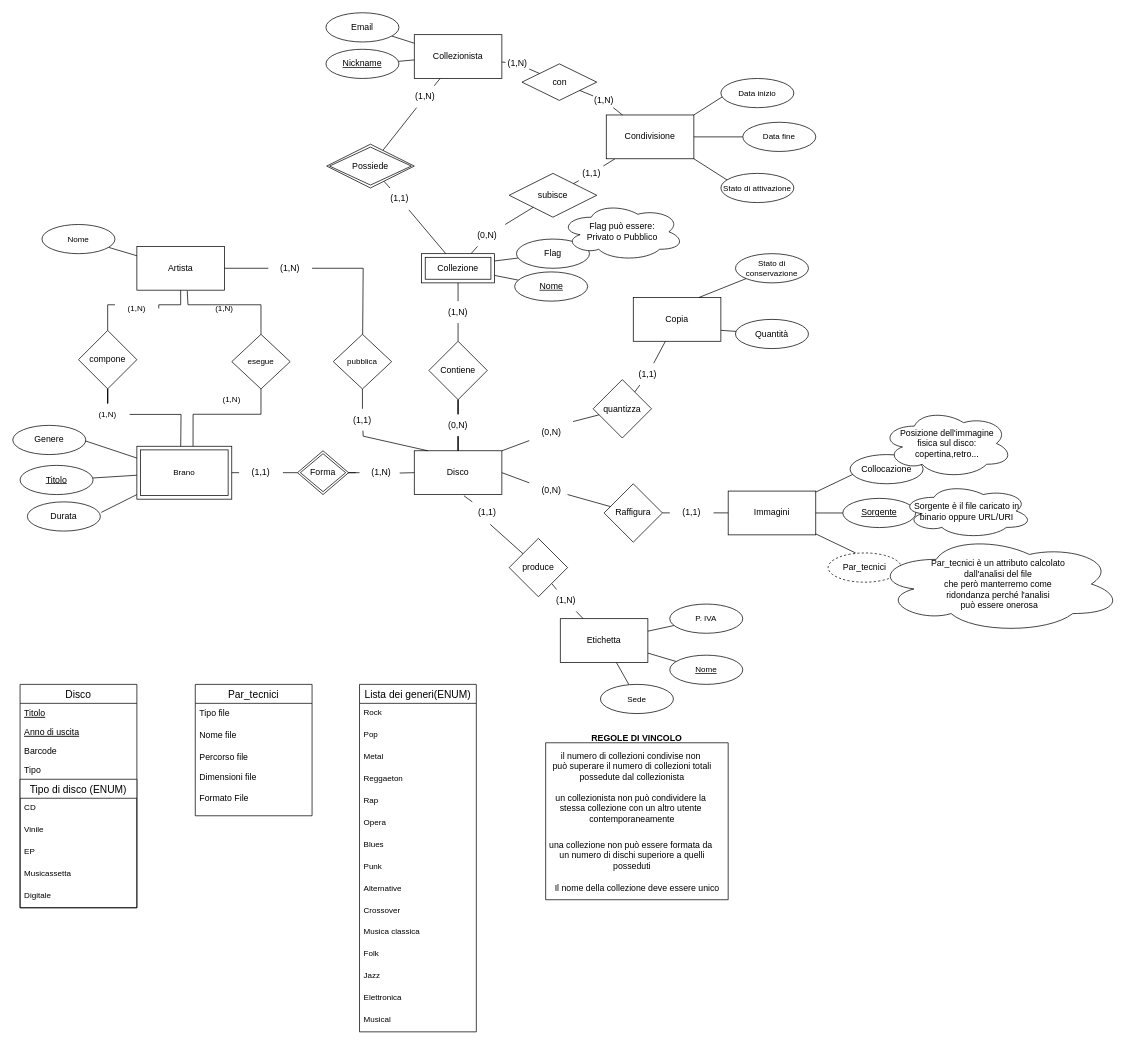
The draw.io diagram Collectors_ER.drawio in jessvzz/progetto_collezionisti, before the edit. Source tidied: cells renumbered, new cells numbered last; positions are measured from the earlier drawing's top-left corner, leaving out a move shared by most shapes. Both pictures are drawn from the tidied source at 73%, with x=0, y=0 at pixel (12, 12).
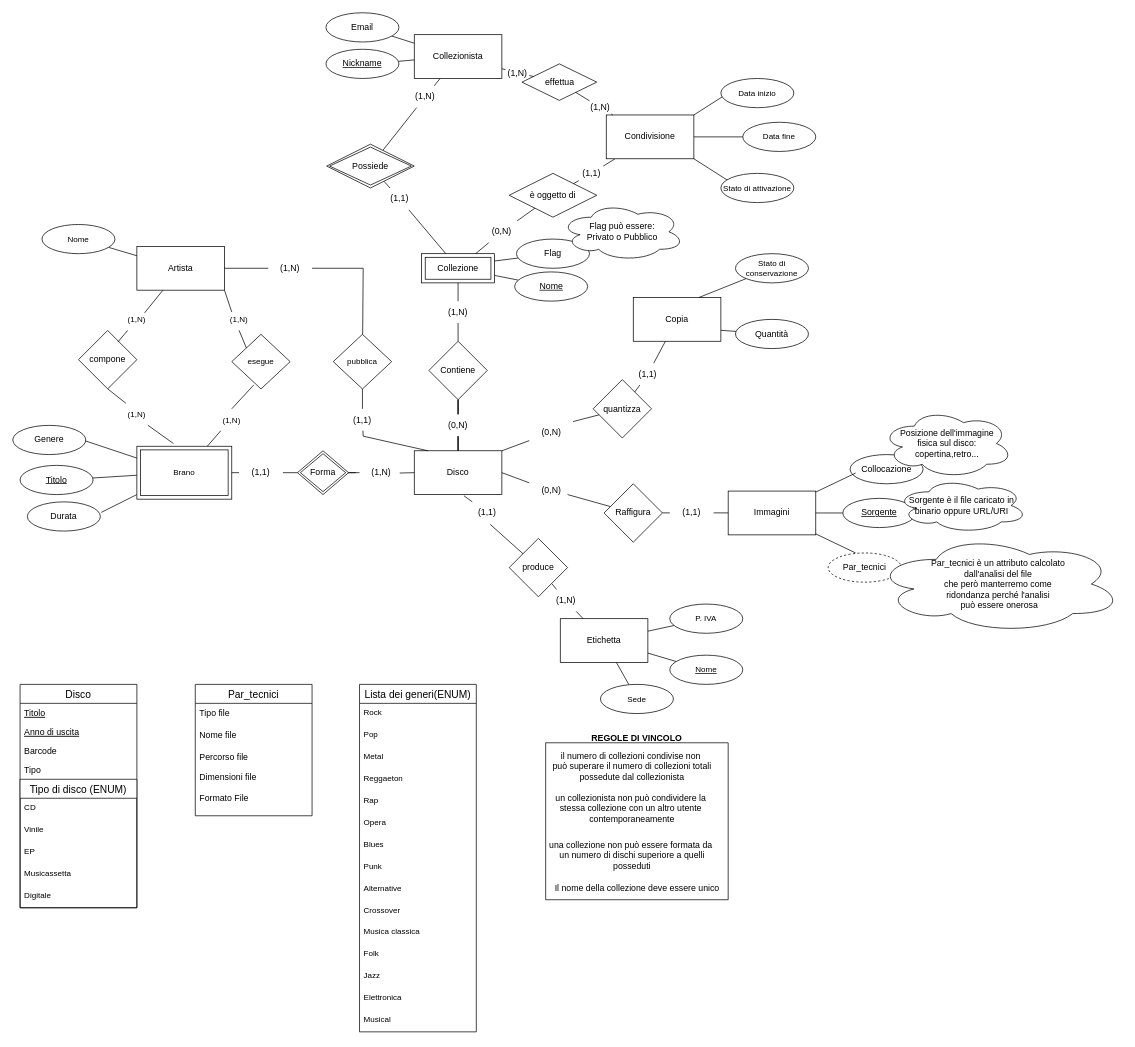
The same page after the edit.

Commit message:
abbellimento autistico

Unchanged cells that the change refers to:
```xml
<mxCell id="81" value="Artista" style="rounded=0;whiteSpace=wrap;html=1;" parent="1" vertex="1">
  <mxGeometry x="170" y="320" width="120" height="60" as="geometry" />
</mxCell>
<mxCell id="86" value="compone" style="rhombus;whiteSpace=wrap;html=1;rounded=0;" parent="1" vertex="1">
  <mxGeometry x="90" y="435.2" width="80" height="80" as="geometry" />
</mxCell>
<mxCell id="136" value="Brano" style="shape=ext;margin=3;double=1;whiteSpace=wrap;html=1;align=center;fontFamily=Helvetica;fontSize=11;fontColor=default;" parent="1" vertex="1">
  <mxGeometry x="170" y="593.8" width="130" height="72.5" as="geometry" />
</mxCell>
<mxCell id="142" value="esegue" style="rhombus;whiteSpace=wrap;html=1;fontSize=11;" parent="1" vertex="1">
  <mxGeometry x="300" y="440.5" width="80" height="74.8" as="geometry" />
</mxCell>
```

Diff of the diagram source:
```diff
@@
+    <mxCell id="31" value="Collocazione" style="ellipse;whiteSpace=wrap;html=1;align=center;" parent="1" vertex="1">
+      <mxGeometry x="1147" y="605.2" width="100" height="40" as="geometry" />
+    </mxCell>
+    <mxCell id="35" value="Sorgente" style="ellipse;whiteSpace=wrap;html=1;align=center;fontStyle=4;" parent="1" vertex="1">
+      <mxGeometry x="1137" y="665.2" width="100" height="40" as="geometry" />
+    </mxCell>
@@
-    <mxCell id="31" value="Collocazione" style="ellipse;whiteSpace=wrap;html=1;align=center;" parent="1" vertex="1">
-      <mxGeometry x="1147" y="605.2" width="100" height="40" as="geometry" />
-    </mxCell>
@@
-    <mxCell id="35" value="Sorgente" style="ellipse;whiteSpace=wrap;html=1;align=center;fontStyle=4;" parent="1" vertex="1">
-      <mxGeometry x="1137" y="665.2" width="100" height="40" as="geometry" />
-    </mxCell>
@@
-    <mxCell id="49" value="subisce" style="shape=rhombus;perimeter=rhombusPerimeter;whiteSpace=wrap;html=1;align=center;" parent="1" vertex="1">
+    <mxCell id="49" value="è oggetto di" style="shape=rhombus;perimeter=rhombusPerimeter;whiteSpace=wrap;html=1;align=center;" parent="1" vertex="1">
       <mxGeometry x="680" y="220" width="120" height="60" as="geometry" />
     </mxCell>
@@
-    <mxCell id="58" value="Sorgente è il file caricato in binario oppure URL/URI" style="ellipse;shape=cloud;whiteSpace=wrap;html=1;align=center;" parent="1" vertex="1">
-      <mxGeometry x="1217" y="645" width="180" height="75" as="geometry" />
-    </mxCell>
-    <mxCell id="59" value="Posizione dell'immagine&lt;br&gt;fisica sul disco:&lt;br&gt;copertina,retro..." style="ellipse;shape=cloud;whiteSpace=wrap;html=1;align=center;" parent="1" vertex="1">
-      <mxGeometry x="1190" y="542.5" width="180" height="95" as="geometry" />
-    </mxCell>
@@
     <mxCell id="66" value="(0,N)" style="text;html=1;strokeColor=none;fillColor=none;align=center;verticalAlign=middle;whiteSpace=wrap;rounded=0;" parent="1" vertex="1">
-      <mxGeometry x="620" y="290" width="60" height="30" as="geometry" />
+      <mxGeometry x="640" y="285" width="60" height="30" as="geometry" />
     </mxCell>
@@
-    <mxCell id="80" style="edgeStyle=orthogonalEdgeStyle;rounded=0;jettySize=auto;html=1;endArrow=none;sketch=0;shadow=0;endFill=0;startArrow=none;" parent="1" edge="1" source="88" target="86">
-      <mxGeometry relative="1" as="geometry">
-        <Array as="points">
-          <mxPoint x="130" y="400" />
-        </Array>
-      </mxGeometry>
-    </mxCell>
@@
-    <mxCell id="85" style="edgeStyle=orthogonalEdgeStyle;rounded=0;jettySize=auto;html=1;endArrow=none;sketch=0;shadow=0;endFill=0;startArrow=none;" parent="1" edge="1" source="90">
-      <mxGeometry relative="1" as="geometry">
-        <mxPoint x="230" y="600" as="targetPoint" />
-      </mxGeometry>
-    </mxCell>
@@
-    <mxCell id="87" style="edgeStyle=orthogonalEdgeStyle;rounded=0;jettySize=auto;html=1;endArrow=none;sketch=0;shadow=0;endFill=0;exitX=0.5;exitY=1;exitDx=0;exitDy=0;entryX=1;entryY=0.5;entryDx=0;entryDy=0;" parent="1" edge="1" source="81" target="88">
-      <mxGeometry relative="1" as="geometry">
-        <Array as="points">
-          <mxPoint x="230" y="400" />
-          <mxPoint x="200" y="400" />
-        </Array>
-      </mxGeometry>
-    </mxCell>
-    <mxCell id="88" value="(1,N)" style="text;html=1;strokeColor=none;fillColor=none;align=center;verticalAlign=middle;whiteSpace=wrap;rounded=0;fontSize=11;fontFamily=Helvetica;fontColor=default;" parent="1" vertex="1">
-      <mxGeometry x="140" y="390" width="60" height="30" as="geometry" />
-    </mxCell>
-    <mxCell id="89" style="edgeStyle=orthogonalEdgeStyle;rounded=0;jettySize=auto;html=1;endArrow=none;sketch=0;shadow=0;endFill=0;" parent="1" edge="1" source="86" target="90">
-      <mxGeometry relative="1" as="geometry" />
-    </mxCell>
-    <mxCell id="90" value="(1,N)" style="text;html=1;strokeColor=none;fillColor=none;align=center;verticalAlign=middle;whiteSpace=wrap;rounded=0;fontSize=11;fontFamily=Helvetica;fontColor=default;" parent="1" vertex="1">
-      <mxGeometry x="100" y="535.2" width="60" height="30" as="geometry" />
-    </mxCell>
@@
-    <mxCell id="138" style="edgeStyle=none;shape=connector;rounded=0;sketch=0;jettySize=auto;html=1;entryX=0.575;entryY=1.013;entryDx=0;entryDy=0;entryPerimeter=0;shadow=0;labelBackgroundColor=default;strokeColor=default;fontFamily=Helvetica;fontSize=11;fontColor=default;endArrow=none;endFill=0;elbow=vertical;" parent="1" edge="1" target="81">
-      <mxGeometry relative="1" as="geometry">
-        <mxPoint x="340" y="400" as="sourcePoint" />
-        <Array as="points">
-          <mxPoint x="310" y="400" />
-          <mxPoint x="290" y="400" />
-          <mxPoint x="240" y="400" />
-        </Array>
-      </mxGeometry>
-    </mxCell>
-    <mxCell id="139" style="edgeStyle=none;shape=connector;rounded=0;sketch=0;jettySize=auto;html=1;shadow=0;labelBackgroundColor=default;strokeColor=default;fontFamily=Helvetica;fontSize=11;fontColor=default;endArrow=none;endFill=0;elbow=vertical;" parent="1" edge="1" source="142">
-      <mxGeometry relative="1" as="geometry">
-        <mxPoint x="340" y="400" as="targetPoint" />
-      </mxGeometry>
-    </mxCell>
-    <mxCell id="140" style="edgeStyle=none;shape=connector;rounded=0;sketch=0;jettySize=auto;html=1;entryX=0.592;entryY=-0.002;entryDx=0;entryDy=0;entryPerimeter=0;shadow=0;labelBackgroundColor=default;strokeColor=default;fontFamily=Helvetica;fontSize=11;fontColor=default;endArrow=none;endFill=0;elbow=vertical;" parent="1" edge="1" target="136">
-      <mxGeometry relative="1" as="geometry">
-        <mxPoint x="340" y="550" as="sourcePoint" />
-        <Array as="points">
-          <mxPoint x="247" y="550" />
-        </Array>
-      </mxGeometry>
-    </mxCell>
-    <mxCell id="141" style="edgeStyle=none;shape=connector;rounded=0;sketch=0;jettySize=auto;html=1;shadow=0;labelBackgroundColor=default;strokeColor=default;fontFamily=Helvetica;fontSize=11;fontColor=default;endArrow=none;endFill=0;elbow=vertical;" parent="1" edge="1" source="142">
-      <mxGeometry relative="1" as="geometry">
-        <mxPoint x="340" y="550" as="targetPoint" />
-      </mxGeometry>
-    </mxCell>
@@
-    <mxCell id="143" value="(1,N)" style="text;html=1;strokeColor=none;fillColor=none;align=center;verticalAlign=middle;whiteSpace=wrap;rounded=0;fontSize=11;fontFamily=Helvetica;fontColor=default;" parent="1" vertex="1">
-      <mxGeometry x="260" y="390" width="60" height="30" as="geometry" />
-    </mxCell>
     <mxCell id="144" value="(1,N)" style="text;html=1;strokeColor=none;fillColor=none;align=center;verticalAlign=middle;whiteSpace=wrap;rounded=0;fontSize=11;fontFamily=Helvetica;fontColor=default;" parent="1" vertex="1">
-      <mxGeometry x="270" y="515.2" width="60" height="30" as="geometry" />
+      <mxGeometry x="270" y="542.5" width="60" height="30" as="geometry" />
     </mxCell>
@@
-    <mxCell id="153" value="con" style="rhombus;whiteSpace=wrap;html=1;" parent="1" vertex="1">
+    <mxCell id="153" value="effettua" style="rhombus;whiteSpace=wrap;html=1;" parent="1" vertex="1">
       <mxGeometry x="697.5" y="70" width="102.5" height="50" as="geometry" />
     </mxCell>
@@
     <mxCell id="164" value="(1,N)" style="text;html=1;strokeColor=none;fillColor=none;align=center;verticalAlign=middle;whiteSpace=wrap;rounded=0;" parent="1" vertex="1">
-      <mxGeometry x="795" y="110" width="30" height="20" as="geometry" />
+      <mxGeometry x="790" y="120" width="30" height="20" as="geometry" />
     </mxCell>
@@
     <mxCell id="166" value="(1,N)" style="text;html=1;strokeColor=none;fillColor=none;align=center;verticalAlign=middle;whiteSpace=wrap;rounded=0;" parent="1" vertex="1">
-      <mxGeometry x="675" y="62.5" width="32.5" height="15" as="geometry" />
+      <mxGeometry x="675" y="75" width="32.5" height="15" as="geometry" />
     </mxCell>
+    <mxCell id="58" value="Sorgente è il file caricato in binario oppure URL/URI" style="ellipse;shape=cloud;whiteSpace=wrap;html=1;align=center;" parent="1" vertex="1">
+      <mxGeometry x="1210" y="637.5" width="180" height="75" as="geometry" />
+    </mxCell>
+    <mxCell id="59" value="Posizione dell'immagine&lt;br&gt;fisica sul disco:&lt;br&gt;copertina,retro..." style="ellipse;shape=cloud;whiteSpace=wrap;html=1;align=center;" parent="1" vertex="1">
+      <mxGeometry x="1190" y="542.5" width="180" height="95" as="geometry" />
+    </mxCell>
+    <mxCell id="80" style="rounded=0;sketch=0;jettySize=auto;html=1;shadow=0;strokeColor=default;endArrow=none;endFill=0;elbow=vertical;startArrow=none;entryX=0.675;entryY=0.197;entryDx=0;entryDy=0;entryPerimeter=0;" parent="1" edge="1" source="88" target="86">
+      <mxGeometry relative="1" as="geometry" />
+    </mxCell>
+    <mxCell id="87" style="rounded=0;sketch=0;jettySize=auto;html=1;shadow=0;strokeColor=default;endArrow=none;endFill=0;elbow=vertical;startArrow=none;entryX=0.675;entryY=0.197;entryDx=0;entryDy=0;entryPerimeter=0;" parent="1" edge="1" source="81" target="88">
+      <mxGeometry relative="1" as="geometry" />
+    </mxCell>
+    <mxCell id="88" value="(1,N)" style="text;html=1;strokeColor=none;fillColor=none;align=center;verticalAlign=middle;whiteSpace=wrap;rounded=0;fontSize=11;fontFamily=Helvetica;fontColor=default;" parent="1" vertex="1">
+      <mxGeometry x="140" y="405.2" width="60" height="30" as="geometry" />
+    </mxCell>
+    <mxCell id="167" style="rounded=0;sketch=0;jettySize=auto;html=1;shadow=0;strokeColor=default;endArrow=none;endFill=0;elbow=vertical;startArrow=none;exitX=0.5;exitY=1;exitDx=0;exitDy=0;entryX=0;entryY=0;entryDx=0;entryDy=0;" parent="1" edge="1" source="143" target="142">
+      <mxGeometry relative="1" as="geometry" />
+    </mxCell>
+    <mxCell id="168" style="rounded=0;sketch=0;jettySize=auto;html=1;shadow=0;strokeColor=default;endArrow=none;endFill=0;elbow=vertical;startArrow=none;exitX=1;exitY=1;exitDx=0;exitDy=0;" parent="1" edge="1" source="81">
+      <mxGeometry relative="1" as="geometry">
+        <mxPoint x="300" y="410" as="targetPoint" />
+      </mxGeometry>
+    </mxCell>
+    <mxCell id="143" value="(1,N)" style="text;html=1;strokeColor=none;fillColor=none;align=center;verticalAlign=middle;whiteSpace=wrap;rounded=0;fontSize=11;fontFamily=Helvetica;fontColor=default;" parent="1" vertex="1">
+      <mxGeometry x="280" y="405" width="60" height="30" as="geometry" />
+    </mxCell>
+    <mxCell id="169" style="rounded=0;sketch=0;jettySize=auto;html=1;shadow=0;strokeColor=default;endArrow=none;endFill=0;elbow=vertical;startArrow=none;entryX=0.5;entryY=1;entryDx=0;entryDy=0;exitX=0.25;exitY=0;exitDx=0;exitDy=0;" parent="1" edge="1" source="90" target="86">
+      <mxGeometry relative="1" as="geometry" />
+    </mxCell>
+    <mxCell id="170" style="rounded=0;sketch=0;jettySize=auto;html=1;shadow=0;strokeColor=default;endArrow=none;endFill=0;elbow=vertical;startArrow=none;entryX=0.75;entryY=1;entryDx=0;entryDy=0;exitX=0.385;exitY=-0.052;exitDx=0;exitDy=0;exitPerimeter=0;" parent="1" edge="1" source="136" target="90">
+      <mxGeometry relative="1" as="geometry" />
+    </mxCell>
+    <mxCell id="90" value="(1,N)" style="text;html=1;strokeColor=none;fillColor=none;align=center;verticalAlign=middle;whiteSpace=wrap;rounded=0;fontSize=11;fontFamily=Helvetica;fontColor=default;" parent="1" vertex="1">
+      <mxGeometry x="140" y="535" width="60" height="30" as="geometry" />
+    </mxCell>
+    <mxCell id="171" style="rounded=0;sketch=0;jettySize=auto;html=1;shadow=0;strokeColor=default;endArrow=none;endFill=0;elbow=vertical;startArrow=none;entryX=0.5;entryY=0;entryDx=0;entryDy=0;" parent="1" edge="1" target="144">
+      <mxGeometry relative="1" as="geometry">
+        <mxPoint x="330" y="510" as="sourcePoint" />
+      </mxGeometry>
+    </mxCell>
+    <mxCell id="172" style="rounded=0;sketch=0;jettySize=auto;html=1;shadow=0;strokeColor=default;endArrow=none;endFill=0;elbow=vertical;startArrow=none;exitX=0.25;exitY=1;exitDx=0;exitDy=0;" parent="1" edge="1" source="144" target="136">
+      <mxGeometry relative="1" as="geometry" />
+    </mxCell>
```
